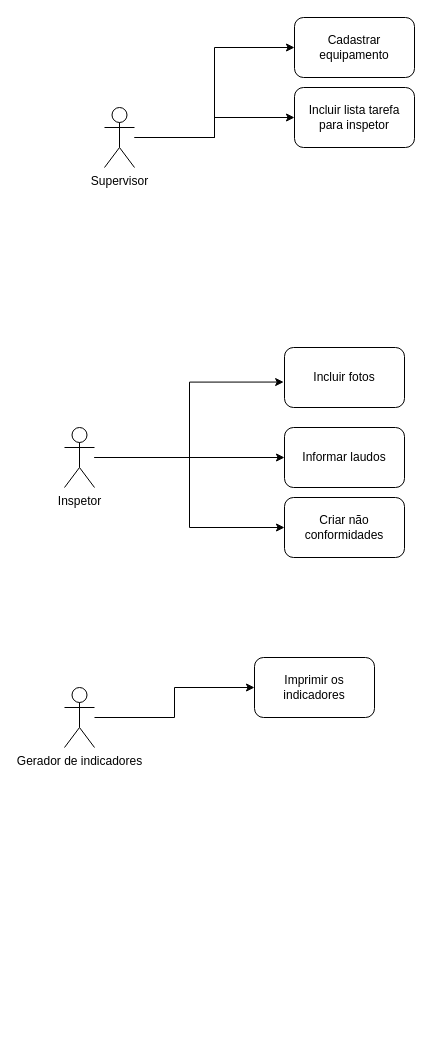
This is page "Caso de uso" (4 of 4) of Inspecao.drawio from fpspeixoto/Diagramas, a draw.io file, before an edit. Source tidied: cells renumbered, new cells numbered last; positions are measured from the earlier drawing's top-left corner, leaving out a move shared by most shapes. Both pictures are drawn from the tidied source at 100%, with x=0, y=0 at pixel (64, 17).
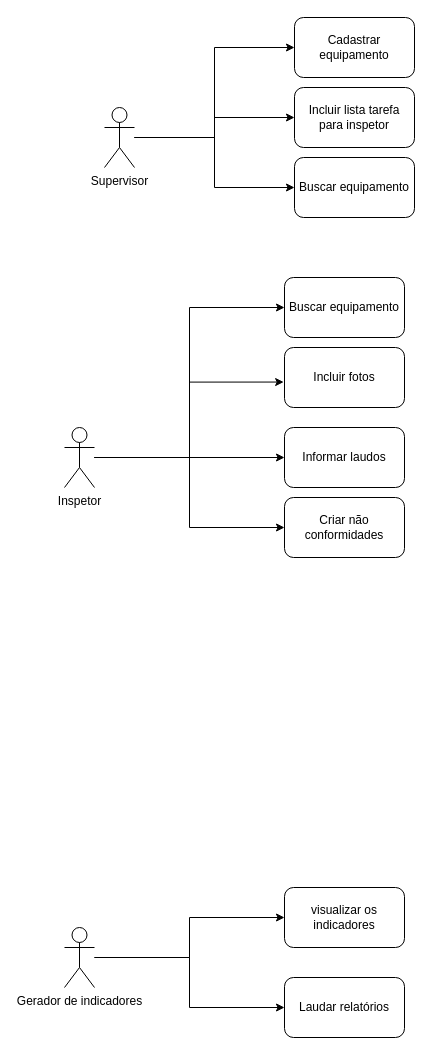
After the change.

Unchanged cells that the change refers to:
```xml
<mxCell id="5" value="Inspetor" style="shape=umlActor;verticalLabelPosition=bottom;verticalAlign=top;html=1;outlineConnect=0;" parent="1" vertex="1">
  <mxGeometry y="410" width="30" height="60" as="geometry" />
</mxCell>
<mxCell id="10" value="Supervisor" style="shape=umlActor;verticalLabelPosition=bottom;verticalAlign=top;html=1;outlineConnect=0;" parent="1" vertex="1">
  <mxGeometry x="40" y="90" width="30" height="60" as="geometry" />
</mxCell>
```

What changed in the source:
```diff
@@
+    <mxCell id="17" style="edgeStyle=orthogonalEdgeStyle;rounded=0;jettySize=auto;html=1;entryX=0;entryY=0.5;entryDx=0;entryDy=0;" parent="1" edge="1" source="5" target="21">
+      <mxGeometry relative="1" as="geometry" />
+    </mxCell>
@@
+    <mxCell id="18" style="edgeStyle=orthogonalEdgeStyle;rounded=0;jettySize=auto;html=1;entryX=0;entryY=0.5;entryDx=0;entryDy=0;" parent="1" edge="1" source="7" target="22">
+      <mxGeometry relative="1" as="geometry" />
+    </mxCell>
     <mxCell id="7" value="Gerador de indicadores" style="shape=umlActor;verticalLabelPosition=bottom;verticalAlign=top;html=1;outlineConnect=0;" parent="1" vertex="1">
-      <mxGeometry y="670" width="30" height="60" as="geometry" />
+      <mxGeometry y="910" width="30" height="60" as="geometry" />
     </mxCell>
@@
+    <mxCell id="19" style="edgeStyle=orthogonalEdgeStyle;rounded=0;jettySize=auto;html=1;" parent="1" edge="1" source="10" target="20">
+      <mxGeometry relative="1" as="geometry" />
+    </mxCell>
@@
-    <mxCell id="12" value="Imprimir os indicadores" style="rounded=1;whiteSpace=wrap;html=1;" parent="1" vertex="1">
-      <mxGeometry x="190" y="640" width="120" height="60" as="geometry" />
+    <mxCell id="12" value="visualizar os indicadores" style="rounded=1;whiteSpace=wrap;html=1;" parent="1" vertex="1">
+      <mxGeometry x="220" y="870" width="120" height="60" as="geometry" />
     </mxCell>
@@
+    <mxCell id="20" value="Buscar equipamento" style="rounded=1;whiteSpace=wrap;html=1;" parent="1" vertex="1">
+      <mxGeometry x="230" y="140" width="120" height="60" as="geometry" />
+    </mxCell>
+    <mxCell id="21" value="Buscar equipamento" style="rounded=1;whiteSpace=wrap;html=1;" parent="1" vertex="1">
+      <mxGeometry x="220" y="260" width="120" height="60" as="geometry" />
+    </mxCell>
+    <mxCell id="22" value="Laudar relatórios" style="rounded=1;whiteSpace=wrap;html=1;" parent="1" vertex="1">
+      <mxGeometry x="220" y="960" width="120" height="60" as="geometry" />
+    </mxCell>
```
